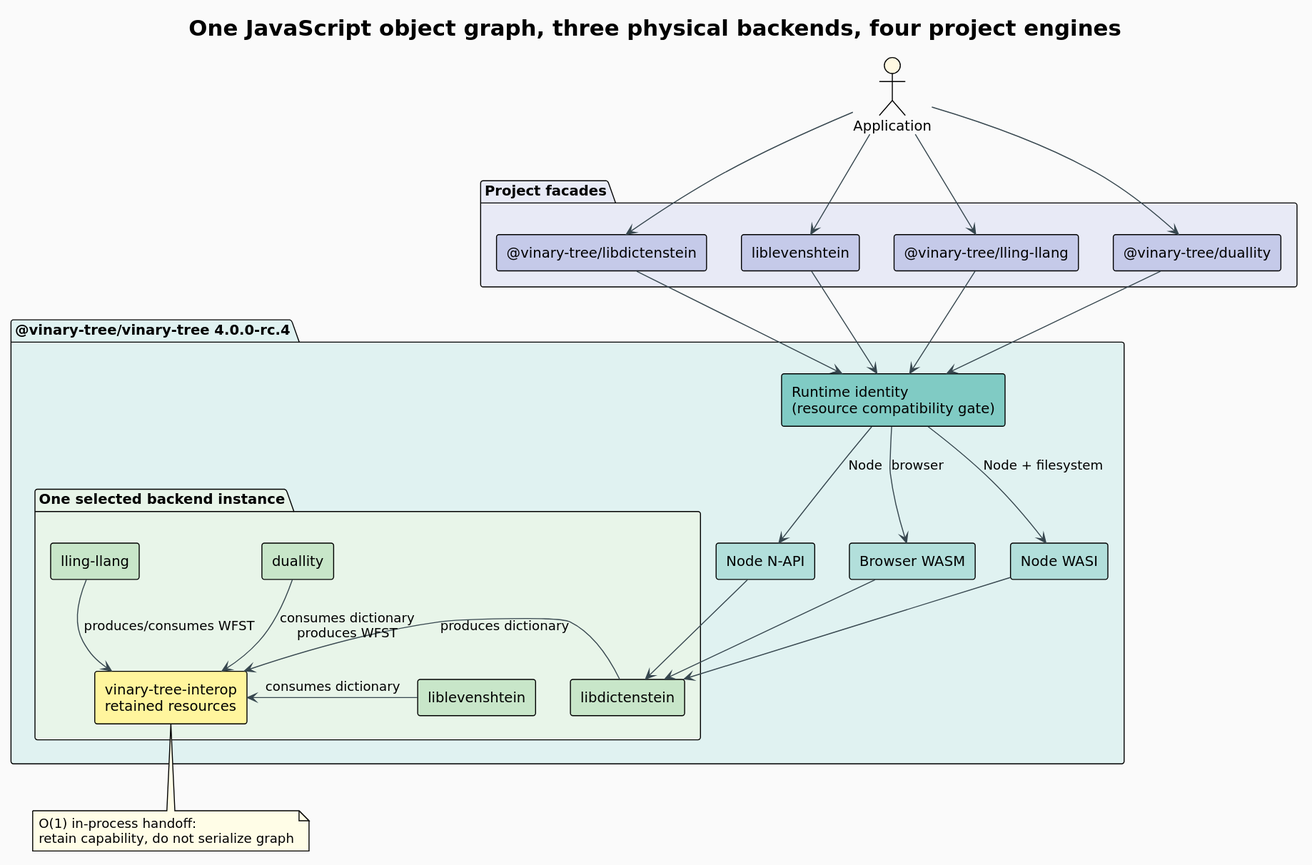
vinary-tree/javascript-runtime keeps this PlantUML diagram as docs/diagrams/runtime-architecture.svg. Above is the earlier version.
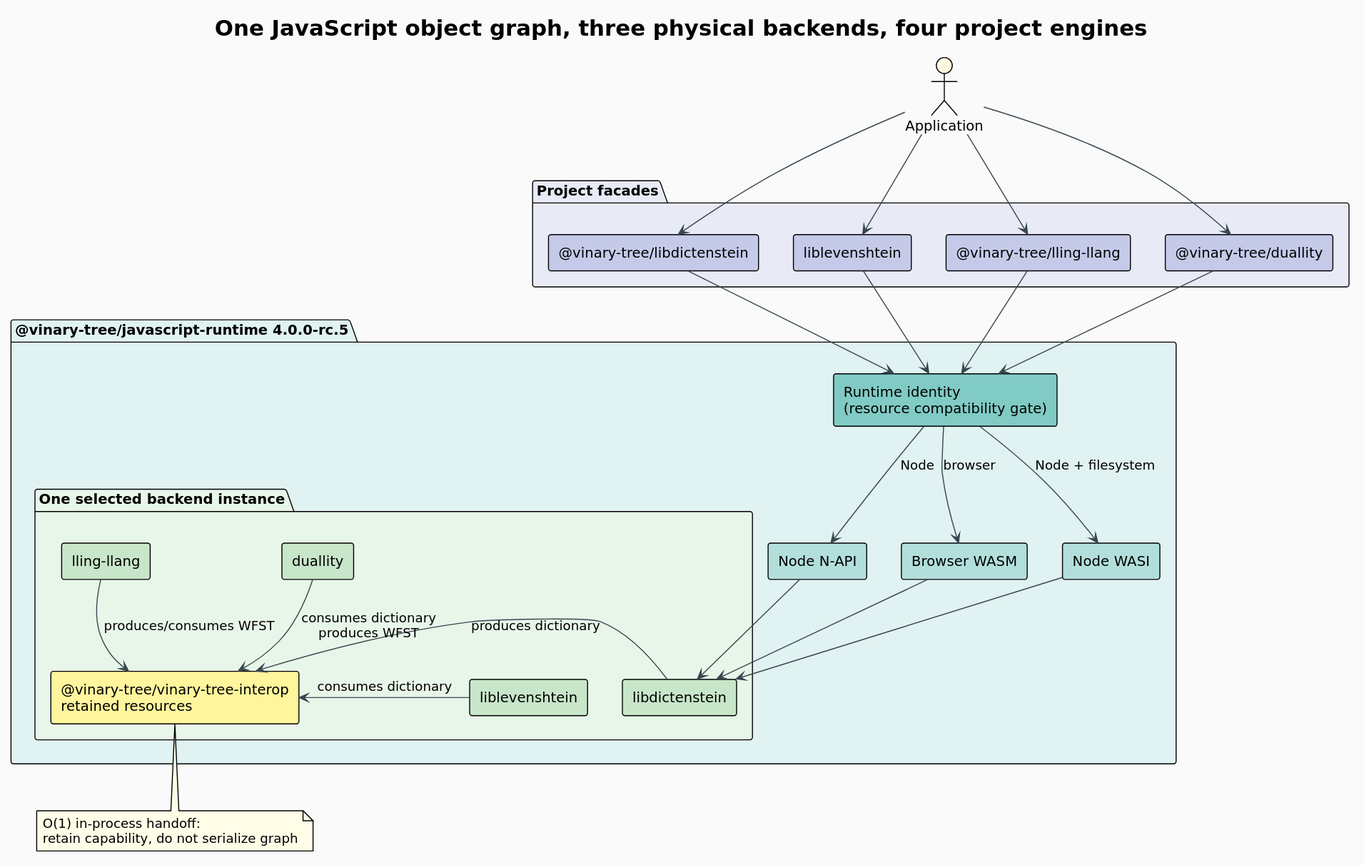
After the change.

Change to the diagram source:
```diff
@@ -16,7 +16,7 @@
   component "@vinary-tree/duallity" as dualFacade #C5CAE9
 }
 
-package "@vinary-tree/vinary-tree 4.0.0-rc.4" #E0F2F1 {
+package "@vinary-tree/javascript-runtime 4.0.0-rc.5" #E0F2F1 {
   component "Runtime identity\n(resource compatibility gate)" as identity #80CBC4
   component "Node N-API" as napi #B2DFDB
   component "Browser WASM" as wasm #B2DFDB
@@ -26,7 +26,7 @@
     component "liblevenshtein" as lev #C8E6C9
     component "lling-llang" as lling #C8E6C9
     component "duallity" as dual #C8E6C9
-    component "vinary-tree-interop\nretained resources" as interop #FFF59D
+    component "@vinary-tree/vinary-tree-interop\nretained resources" as interop #FFF59D
   }
 }
 
```
